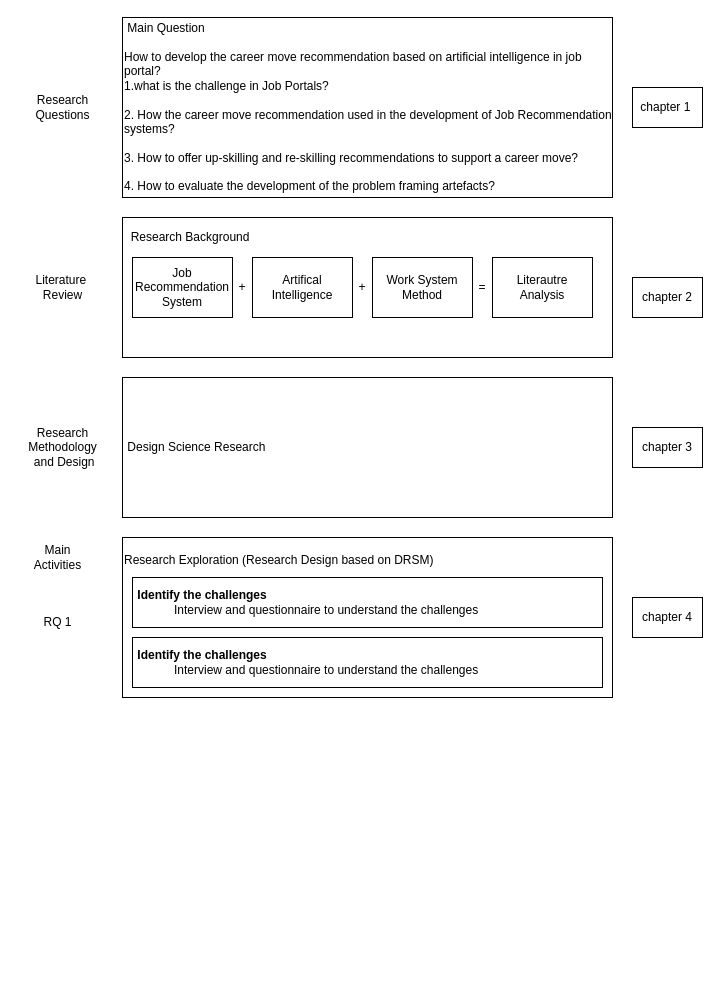
johnzhouz/jrs keeps this draw.io diagram as 0216.drawio. Above is the earlier version. Source tidied: cells renumbered, new cells numbered last; positions are measured from the earlier drawing's top-left corner, leaving out a move shared by most shapes. Both pictures are drawn from the tidied source at 100%, with x=0, y=0 at pixel (17, 17).
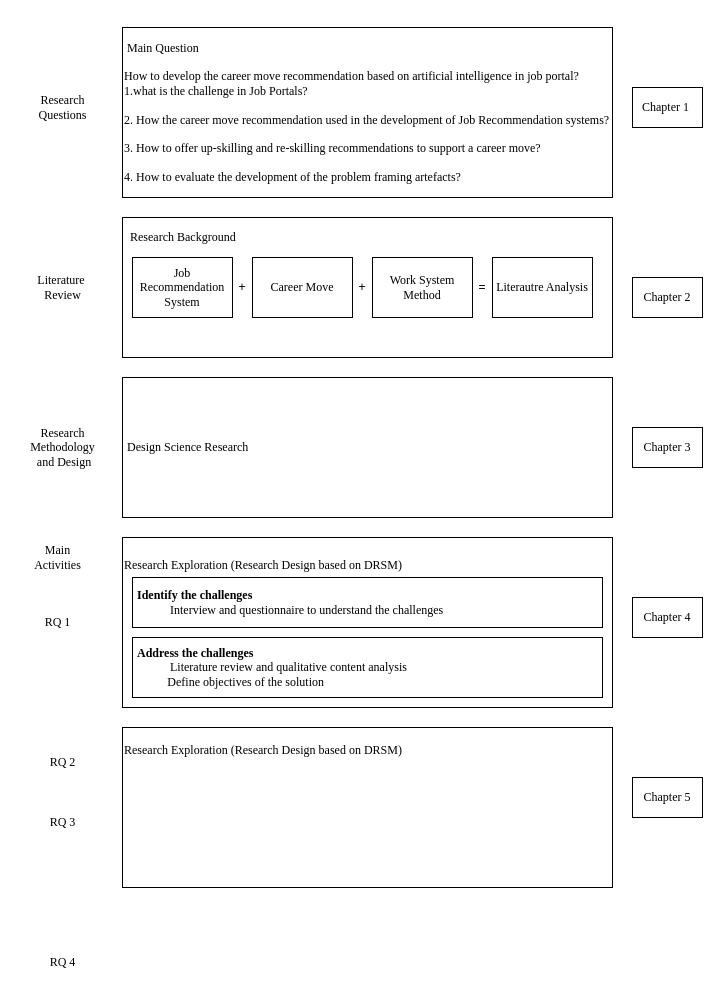
The same diagram, later.

The edit, as a diff of the source:
```diff
@@
-    <mxCell id="2" value="&amp;nbsp;Main Question&lt;br&gt;&lt;br&gt;How to develop the career move recommendation based on&amp;nbsp;artificial intelligence in job portal?&amp;nbsp;&lt;br&gt;1.what is the challenge in Job Portals?&lt;br&gt;&lt;br&gt;2. How the career move recommendation used in the development of Job Recommendation systems?&lt;br&gt;&lt;br&gt;3. How to offer up-skilling and re-skilling recommendations to support a career move?&lt;br&gt;&lt;br&gt;4. How to evaluate the development of the problem framing artefacts?" style="rounded=0;whiteSpace=wrap;html=1;align=left;" parent="1" vertex="1">
-      <mxGeometry x="105" width="490" height="180" as="geometry" />
+    <mxCell id="2" value="&lt;font face=&quot;Times New Roman&quot;&gt;&amp;nbsp;Main Question&lt;br&gt;&lt;br&gt;How to develop the career move recommendation based on&amp;nbsp;artificial intelligence in job portal?&amp;nbsp;&lt;br&gt;1.what is the challenge in Job Portals?&lt;br&gt;&lt;br&gt;2. How the career move recommendation used in the development of Job Recommendation systems?&lt;br&gt;&lt;br&gt;3. How to offer up-skilling and re-skilling recommendations to support a career move?&lt;br&gt;&lt;br&gt;4. How to evaluate the development of the problem framing artefacts?&lt;/font&gt;" style="rounded=0;whiteSpace=wrap;html=1;align=left;" parent="1" vertex="1">
+      <mxGeometry x="105" y="10" width="490" height="170" as="geometry" />
     </mxCell>
-    <mxCell id="3" value="Research&lt;br&gt;Questions" style="text;html=1;align=center;verticalAlign=middle;strokeColor=none;fillColor=none;" parent="1" vertex="1">
-      <mxGeometry x="5" y="70" width="80" height="40" as="geometry" />
+    <mxCell id="3" value="&lt;font face=&quot;Times New Roman&quot;&gt;Research&lt;br&gt;Questions&lt;/font&gt;" style="text;html=1;align=center;verticalAlign=middle;strokeColor=none;fillColor=none;" parent="1" vertex="1">
+      <mxGeometry x="10" y="70" width="70" height="40" as="geometry" />
     </mxCell>
-    <mxCell id="4" value="chapter 1&lt;font lang=&quot;zh-CN&quot; translate=&quot;no&quot; class=&quot;notranslate immersive-translate-target-wrapper&quot;&gt;&amp;nbsp;&lt;/font&gt;" style="rounded=0;whiteSpace=wrap;html=1;" parent="1" vertex="1">
+    <mxCell id="4" value="&lt;font face=&quot;Times New Roman&quot;&gt;Chapter 1&lt;font lang=&quot;zh-CN&quot; translate=&quot;no&quot; class=&quot;notranslate immersive-translate-target-wrapper&quot;&gt;&amp;nbsp;&lt;/font&gt;&lt;/font&gt;" style="rounded=0;whiteSpace=wrap;html=1;" parent="1" vertex="1">
       <mxGeometry x="615" y="70" width="70" height="40" as="geometry" />
     </mxCell>
-    <mxCell id="5" value="chapter 2" style="rounded=0;whiteSpace=wrap;html=1;" parent="1" vertex="1">
+    <mxCell id="5" value="&lt;font face=&quot;Times New Roman&quot;&gt;Chapter 2&lt;/font&gt;" style="rounded=0;whiteSpace=wrap;html=1;" parent="1" vertex="1">
       <mxGeometry x="615" y="260" width="70" height="40" as="geometry" />
     </mxCell>
-    <mxCell id="6" value="&amp;nbsp; Research Background&lt;br&gt;&lt;br&gt;&lt;br&gt;&lt;br&gt;&lt;br&gt;&lt;br&gt;&lt;br&gt;&lt;div&gt;&lt;br&gt;&lt;/div&gt;" style="rounded=0;whiteSpace=wrap;html=1;align=left;" parent="1" vertex="1">
+    <mxCell id="6" value="&lt;font face=&quot;Times New Roman&quot;&gt;&amp;nbsp; Research Background&lt;br&gt;&lt;br&gt;&lt;br&gt;&lt;br&gt;&lt;br&gt;&lt;br&gt;&lt;br&gt;&lt;/font&gt;&lt;div&gt;&lt;br&gt;&lt;/div&gt;" style="rounded=0;whiteSpace=wrap;html=1;align=left;" parent="1" vertex="1">
       <mxGeometry x="105" y="200" width="490" height="140" as="geometry" />
     </mxCell>
-    <mxCell id="7" value="chapter 3" style="rounded=0;whiteSpace=wrap;html=1;" parent="1" vertex="1">
+    <mxCell id="7" value="&lt;font face=&quot;Times New Roman&quot;&gt;Chapter 3&lt;/font&gt;" style="rounded=0;whiteSpace=wrap;html=1;" parent="1" vertex="1">
       <mxGeometry x="615" y="410" width="70" height="40" as="geometry" />
     </mxCell>
-    <mxCell id="8" value="Job Recommendation System" style="rounded=0;whiteSpace=wrap;html=1;" parent="1" vertex="1">
+    <mxCell id="8" value="&lt;font face=&quot;Times New Roman&quot;&gt;Job Recommendation System&lt;/font&gt;" style="rounded=0;whiteSpace=wrap;html=1;" parent="1" vertex="1">
       <mxGeometry x="115" y="240" width="100" height="60" as="geometry" />
     </mxCell>
-    <mxCell id="9" value="Artifical Intelligence" style="rounded=0;whiteSpace=wrap;html=1;" parent="1" vertex="1">
+    <mxCell id="9" value="&lt;font face=&quot;Times New Roman&quot;&gt;Career Move&lt;/font&gt;" style="rounded=0;whiteSpace=wrap;html=1;" parent="1" vertex="1">
       <mxGeometry x="235" y="240" width="100" height="60" as="geometry" />
     </mxCell>
@@
-    <mxCell id="11" value="Work System Method" style="rounded=0;whiteSpace=wrap;html=1;" parent="1" vertex="1">
+    <mxCell id="11" value="&lt;font face=&quot;Times New Roman&quot;&gt;Work System Method&lt;/font&gt;" style="rounded=0;whiteSpace=wrap;html=1;" parent="1" vertex="1">
       <mxGeometry x="355" y="240" width="100" height="60" as="geometry" />
     </mxCell>
@@
-    <mxCell id="14" value="Literautre Analysis" style="rounded=0;whiteSpace=wrap;html=1;" parent="1" vertex="1">
+    <mxCell id="14" value="&lt;font face=&quot;Times New Roman&quot;&gt;Literautre Analysis&lt;/font&gt;" style="rounded=0;whiteSpace=wrap;html=1;" parent="1" vertex="1">
       <mxGeometry x="475" y="240" width="100" height="60" as="geometry" />
     </mxCell>
-    <mxCell id="15" value="&amp;nbsp;Design Science Research" style="rounded=0;whiteSpace=wrap;html=1;align=left;" parent="1" vertex="1">
+    <mxCell id="15" value="&lt;font face=&quot;Times New Roman&quot;&gt;&amp;nbsp;Design Science Research&lt;/font&gt;" style="rounded=0;whiteSpace=wrap;html=1;align=left;" parent="1" vertex="1">
       <mxGeometry x="105" y="360" width="490" height="140" as="geometry" />
     </mxCell>
-    <mxCell id="16" value="Literature&amp;nbsp;&lt;br&gt;Review" style="text;html=1;align=center;verticalAlign=middle;strokeColor=none;fillColor=none;" parent="1" vertex="1">
-      <mxGeometry x="5" y="250" width="80" height="40" as="geometry" />
+    <mxCell id="16" value="&lt;font face=&quot;Times New Roman&quot;&gt;Literature&amp;nbsp;&lt;br&gt;Review&lt;/font&gt;" style="text;html=1;align=center;verticalAlign=middle;strokeColor=none;fillColor=none;" parent="1" vertex="1">
+      <mxGeometry x="10" y="250" width="70" height="40" as="geometry" />
     </mxCell>
-    <mxCell id="17" value="Research&lt;br&gt;Methodology&lt;br&gt;&amp;nbsp;and Design" style="text;html=1;align=center;verticalAlign=middle;strokeColor=none;fillColor=none;" parent="1" vertex="1">
+    <mxCell id="17" value="&lt;font face=&quot;Times New Roman&quot;&gt;Research&lt;br&gt;Methodology&lt;br&gt;&amp;nbsp;and Design&lt;/font&gt;" style="text;html=1;align=center;verticalAlign=middle;strokeColor=none;fillColor=none;" parent="1" vertex="1">
       <mxGeometry y="400" width="90" height="60" as="geometry" />
     </mxCell>
-    <mxCell id="18" value="Research Exploration (Research Design based on DRSM)&lt;br&gt;&lt;br&gt;&lt;br&gt;&lt;br&gt;&lt;br&gt;&lt;br&gt;&lt;br&gt;&lt;br&gt;&lt;div&gt;&lt;br/&gt;&lt;/div&gt;" style="rounded=0;whiteSpace=wrap;html=1;align=left;" parent="1" vertex="1">
-      <mxGeometry x="105" y="520" width="490" height="160" as="geometry" />
+    <mxCell id="18" value="&lt;font face=&quot;Times New Roman&quot;&gt;Research Exploration (Research Design based on DRSM)&lt;br&gt;&lt;br&gt;&lt;br&gt;&lt;br&gt;&lt;br&gt;&lt;br&gt;&lt;br&gt;&lt;br&gt;&lt;/font&gt;&lt;div&gt;&lt;br&gt;&lt;/div&gt;" style="rounded=0;whiteSpace=wrap;html=1;align=left;" parent="1" vertex="1">
+      <mxGeometry x="105" y="520" width="490" height="170" as="geometry" />
     </mxCell>
-    <mxCell id="19" value="&lt;b&gt;&amp;nbsp;Identify the challenges&lt;br&gt;&lt;/b&gt;&lt;div&gt;&amp;nbsp; &amp;nbsp; &amp;nbsp; &amp;nbsp; &amp;nbsp; &amp;nbsp; Interview and questionnaire to understand the challenges&lt;/div&gt;" style="rounded=0;whiteSpace=wrap;html=1;align=left;" parent="1" vertex="1">
+    <mxCell id="19" value="&lt;b&gt;&lt;font face=&quot;Times New Roman&quot;&gt;&amp;nbsp;Identify the challenges&lt;br&gt;&lt;/font&gt;&lt;/b&gt;&lt;div&gt;&lt;font face=&quot;Times New Roman&quot;&gt;&amp;nbsp; &amp;nbsp; &amp;nbsp; &amp;nbsp; &amp;nbsp; &amp;nbsp; Interview and questionnaire to understand the challenges&lt;/font&gt;&lt;/div&gt;" style="rounded=0;whiteSpace=wrap;html=1;align=left;" parent="1" vertex="1">
       <mxGeometry x="115" y="560" width="470" height="50" as="geometry" />
     </mxCell>
-    <mxCell id="20" value="chapter 4" style="rounded=0;whiteSpace=wrap;html=1;" parent="1" vertex="1">
+    <mxCell id="20" value="&lt;font face=&quot;Times New Roman&quot;&gt;Chapter 4&lt;/font&gt;" style="rounded=0;whiteSpace=wrap;html=1;" parent="1" vertex="1">
       <mxGeometry x="615" y="580" width="70" height="40" as="geometry" />
     </mxCell>
-    <mxCell id="21" value="&lt;b&gt;&amp;nbsp;Identify the challenges&lt;br&gt;&lt;/b&gt;&lt;div&gt;&amp;nbsp; &amp;nbsp; &amp;nbsp; &amp;nbsp; &amp;nbsp; &amp;nbsp; Interview and questionnaire to understand the challenges&lt;/div&gt;" style="rounded=0;whiteSpace=wrap;html=1;align=left;" parent="1" vertex="1">
-      <mxGeometry x="115" y="620" width="470" height="50" as="geometry" />
+    <mxCell id="21" value="&lt;b&gt;&lt;font face=&quot;Times New Roman&quot;&gt;&amp;nbsp;Address the challenges&lt;br&gt;&lt;/font&gt;&lt;/b&gt;&lt;div&gt;&lt;font face=&quot;Times New Roman&quot;&gt;&amp;nbsp; &amp;nbsp; &amp;nbsp; &amp;nbsp; &amp;nbsp; &amp;nbsp; Literature review and qualitative content analysis&lt;/font&gt;&lt;/div&gt;&lt;div&gt;&lt;font face=&quot;S2Pczsk4LlOeV5sZVCbr&quot;&gt;&amp;nbsp; &amp;nbsp; &amp;nbsp; &amp;nbsp; &amp;nbsp; &lt;/font&gt;&lt;font face=&quot;Times New Roman&quot;&gt;Define objectives of the solution&lt;/font&gt;&lt;/div&gt;" style="rounded=0;whiteSpace=wrap;html=1;align=left;" parent="1" vertex="1">
+      <mxGeometry x="115" y="620" width="470" height="60" as="geometry" />
     </mxCell>
-    <mxCell id="22" value="Main&lt;br&gt;Activities" style="text;html=1;align=center;verticalAlign=middle;strokeColor=none;fillColor=none;" parent="1" vertex="1">
+    <mxCell id="22" value="&lt;font face=&quot;Times New Roman&quot;&gt;Main&lt;br&gt;Activities&lt;/font&gt;" style="text;html=1;align=center;verticalAlign=middle;strokeColor=none;fillColor=none;" parent="1" vertex="1">
       <mxGeometry x="5" y="520" width="70" height="40" as="geometry" />
     </mxCell>
-    <mxCell id="23" value="RQ 1" style="text;html=1;align=center;verticalAlign=middle;strokeColor=none;fillColor=none;" parent="1" vertex="1">
+    <mxCell id="23" value="&lt;font face=&quot;Times New Roman&quot;&gt;RQ 1&lt;/font&gt;" style="text;html=1;align=center;verticalAlign=middle;strokeColor=none;fillColor=none;" parent="1" vertex="1">
       <mxGeometry x="15" y="590" width="50" height="30" as="geometry" />
     </mxCell>
+    <mxCell id="24" value="&lt;font face=&quot;Times New Roman&quot;&gt;Research Exploration (Research Design based on DRSM)&lt;br&gt;&lt;br&gt;&lt;br&gt;&lt;br&gt;&lt;br&gt;&lt;br&gt;&lt;br&gt;&lt;br&gt;&lt;/font&gt;&lt;div&gt;&lt;br&gt;&lt;/div&gt;" style="rounded=0;whiteSpace=wrap;html=1;align=left;" parent="1" vertex="1">
+      <mxGeometry x="105" y="710" width="490" height="160" as="geometry" />
+    </mxCell>
+    <mxCell id="25" value="&lt;font face=&quot;Times New Roman&quot;&gt;Chapter 5&lt;/font&gt;" style="rounded=0;whiteSpace=wrap;html=1;" parent="1" vertex="1">
+      <mxGeometry x="615" y="760" width="70" height="40" as="geometry" />
+    </mxCell>
+    <mxCell id="26" value="&lt;font face=&quot;Times New Roman&quot;&gt;RQ 2&lt;/font&gt;" style="text;html=1;align=center;verticalAlign=middle;strokeColor=none;fillColor=none;" parent="1" vertex="1">
+      <mxGeometry x="20" y="730" width="50" height="30" as="geometry" />
+    </mxCell>
+    <mxCell id="27" value="&lt;font face=&quot;Times New Roman&quot;&gt;RQ 3&lt;/font&gt;" style="text;html=1;align=center;verticalAlign=middle;strokeColor=none;fillColor=none;" parent="1" vertex="1">
+      <mxGeometry x="20" y="790" width="50" height="30" as="geometry" />
+    </mxCell>
+    <mxCell id="28" value="&lt;font face=&quot;Times New Roman&quot;&gt;RQ 4&lt;/font&gt;" style="text;html=1;align=center;verticalAlign=middle;strokeColor=none;fillColor=none;" parent="1" vertex="1">
+      <mxGeometry x="20" y="930" width="50" height="30" as="geometry" />
+    </mxCell>
```
